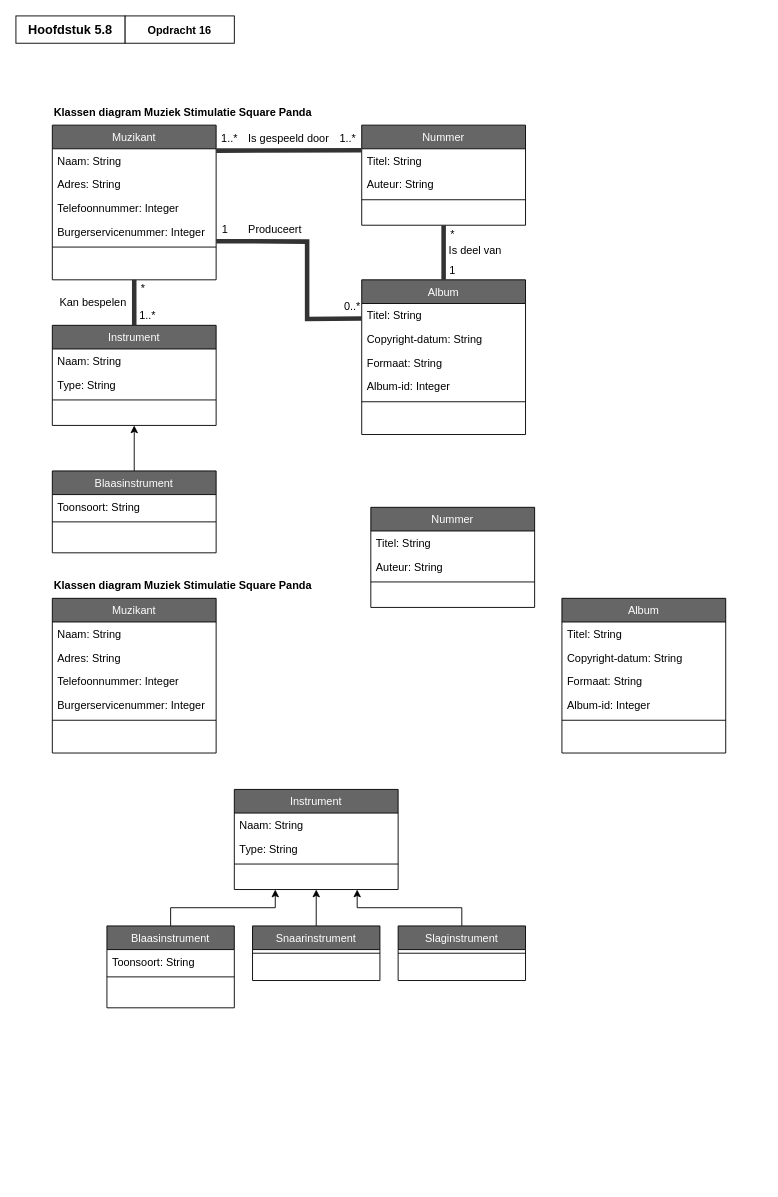
Before: page "Opdracht16" (2 of 2) of ClassDiagrams.drawio in EMB20/Procesanalyse, a draw.io diagram. Source tidied: cells renumbered, new cells numbered last; positions are measured from the earlier drawing's top-left corner, leaving out a move shared by most shapes. Both pictures are drawn from the tidied source at 91%, with x=0, y=0 at pixel (15, 15).
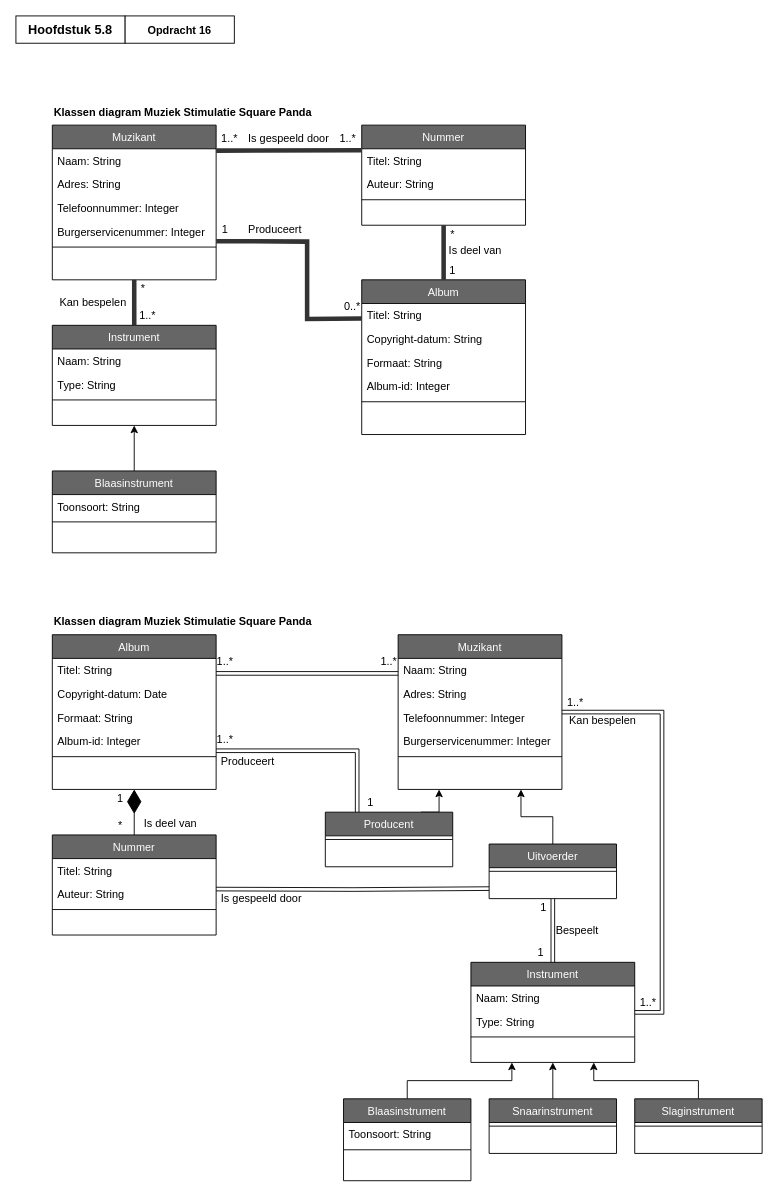
Above is the later version.

What changed in the source:
```diff
@@
+    <mxCell id="76" style="edgeStyle=orthogonalEdgeStyle;rounded=0;jettySize=auto;html=1;exitX=0;exitY=0.25;exitDx=0;exitDy=0;entryX=1;entryY=0.25;entryDx=0;entryDy=0;shape=link;" parent="1" edge="1" source="45" target="60">
+      <mxGeometry relative="1" as="geometry" />
+    </mxCell>
     <mxCell id="45" value="Muzikant" style="swimlane;fontStyle=0;align=center;verticalAlign=top;horizontal=1;startSize=26;rounded=0;shadow=0;strokeWidth=1;fillColor=#666666;fontColor=#FFFFFF;" parent="1" vertex="1">
-      <mxGeometry x="40" y="640" width="180" height="170" as="geometry" />
+      <mxGeometry x="420" y="680" width="180" height="170" as="geometry" />
     </mxCell>
@@
     <mxCell id="51" value="&lt;font style=&quot;font-size: 12px;&quot;&gt;Klassen diagram Muziek Stimulatie Square Panda&lt;/font&gt;" style="text;html=1;align=left;verticalAlign=middle;whiteSpace=wrap;rounded=0;fontStyle=1;fontSize=14;" parent="1" vertex="1">
-      <mxGeometry x="40" y="610" width="310" height="30" as="geometry" />
+      <mxGeometry x="40" y="650" width="310" height="30" as="geometry" />
     </mxCell>
+    <mxCell id="60" value="Album" style="swimlane;fontStyle=0;align=center;verticalAlign=top;horizontal=1;startSize=26;rounded=0;shadow=0;strokeWidth=1;fillColor=#666666;fontColor=#FFFFFF;" parent="1" vertex="1">
+      <mxGeometry x="40" y="680" width="180" height="170" as="geometry" />
+    </mxCell>
+    <mxCell id="61" value="Titel: String" style="text;align=left;verticalAlign=top;spacingLeft=4;spacingRight=4;overflow=hidden;" parent="60" vertex="1">
+      <mxGeometry y="26" width="180" height="26" as="geometry" />
+    </mxCell>
+    <mxCell id="62" value="Copyright-datum: Date" style="text;align=left;verticalAlign=top;spacingLeft=4;spacingRight=4;overflow=hidden;rounded=0;shadow=0;html=0;" parent="60" vertex="1">
+      <mxGeometry y="52" width="180" height="26" as="geometry" />
+    </mxCell>
+    <mxCell id="63" value="Formaat: String" style="text;align=left;verticalAlign=top;spacingLeft=4;spacingRight=4;overflow=hidden;rounded=0;shadow=0;html=0;" parent="60" vertex="1">
+      <mxGeometry y="78" width="180" height="26" as="geometry" />
+    </mxCell>
+    <mxCell id="64" value="Album-id: Integer" style="text;align=left;verticalAlign=top;spacingLeft=4;spacingRight=4;overflow=hidden;rounded=0;shadow=0;html=0;" parent="60" vertex="1">
+      <mxGeometry y="104" width="180" height="26" as="geometry" />
+    </mxCell>
+    <mxCell id="65" style="line;html=1;strokeWidth=1;align=left;verticalAlign=middle;spacingTop=-1;spacingLeft=3;spacingRight=3;labelPosition=right;" parent="60" vertex="1">
+      <mxGeometry y="130" width="180" height="8" as="geometry" />
+    </mxCell>
+    <mxCell id="77" style="edgeStyle=orthogonalEdgeStyle;rounded=0;orthogonalLoop=1;jettySize=auto;html=1;exitX=1;exitY=0.25;exitDx=0;exitDy=0;shape=link;" parent="1" edge="1">
+      <mxGeometry relative="1" as="geometry">
+        <mxPoint x="220" y="959.5" as="sourcePoint" />
+        <mxPoint x="520" y="959" as="targetPoint" />
+      </mxGeometry>
+    </mxCell>
+    <mxCell id="66" value="Nummer" style="swimlane;fontStyle=0;align=center;verticalAlign=top;horizontal=1;startSize=26;rounded=0;shadow=0;strokeWidth=1;fillColor=#666666;fontColor=#FFFFFF;" parent="1" vertex="1">
+      <mxGeometry x="40" y="900" width="180" height="110" as="geometry" />
+    </mxCell>
+    <mxCell id="67" value="Titel: String" style="text;align=left;verticalAlign=top;spacingLeft=4;spacingRight=4;overflow=hidden;" parent="66" vertex="1">
+      <mxGeometry y="26" width="180" height="26" as="geometry" />
+    </mxCell>
+    <mxCell id="68" value="Auteur: String" style="text;align=left;verticalAlign=top;spacingLeft=4;spacingRight=4;overflow=hidden;rounded=0;shadow=0;html=0;" parent="66" vertex="1">
+      <mxGeometry y="52" width="180" height="26" as="geometry" />
+    </mxCell>
+    <mxCell id="69" style="line;html=1;strokeWidth=1;align=left;verticalAlign=middle;spacingTop=-1;spacingLeft=3;spacingRight=3;labelPosition=right;" parent="66" vertex="1">
+      <mxGeometry y="78" width="180" height="8" as="geometry" />
+    </mxCell>
+    <mxCell id="78" style="edgeStyle=orthogonalEdgeStyle;rounded=0;jettySize=auto;html=1;exitX=0.5;exitY=0;exitDx=0;exitDy=0;entryX=0.75;entryY=1;entryDx=0;entryDy=0;" parent="1" edge="1" source="80" target="45">
+      <mxGeometry relative="1" as="geometry" />
+    </mxCell>
+    <mxCell id="79" style="edgeStyle=orthogonalEdgeStyle;rounded=0;jettySize=auto;html=1;exitX=0.5;exitY=1;exitDx=0;exitDy=0;entryX=0.5;entryY=0;entryDx=0;entryDy=0;shape=link;" parent="1" edge="1" source="80" target="52">
+      <mxGeometry relative="1" as="geometry" />
+    </mxCell>
+    <mxCell id="80" value="Uitvoerder" style="swimlane;fontStyle=0;align=center;verticalAlign=top;horizontal=1;startSize=26;rounded=0;shadow=0;strokeWidth=1;fillColor=#666666;fontColor=#FFFFFF;" parent="1" vertex="1">
+      <mxGeometry x="520" y="910" width="140" height="60" as="geometry" />
+    </mxCell>
+    <mxCell id="81" style="line;html=1;strokeWidth=1;align=left;verticalAlign=middle;spacingTop=-1;spacingLeft=3;spacingRight=3;labelPosition=right;" parent="80" vertex="1">
+      <mxGeometry y="26" width="140" height="8" as="geometry" />
+    </mxCell>
+    <mxCell id="82" style="group;" parent="1" vertex="1">
+      <mxGeometry x="360" y="1040" width="460" height="240" as="geometry" />
+    </mxCell>
-    <mxCell id="52" value="Instrument" style="swimlane;fontStyle=0;align=center;verticalAlign=top;horizontal=1;startSize=26;rounded=0;shadow=0;strokeWidth=1;fillColor=#666666;fontColor=#FFFFFF;" parent="1" vertex="1">
-      <mxGeometry x="240" y="850" width="180" height="110" as="geometry" />
+    <mxCell id="52" value="Instrument" style="swimlane;fontStyle=0;align=center;verticalAlign=top;horizontal=1;startSize=26;rounded=0;shadow=0;strokeWidth=1;fillColor=#666666;fontColor=#FFFFFF;" parent="82" vertex="1">
+      <mxGeometry x="140" width="180" height="110" as="geometry" />
     </mxCell>
@@
-    <mxCell id="56" style="edgeStyle=orthogonalEdgeStyle;rounded=0;jettySize=auto;html=1;exitX=0.5;exitY=0;exitDx=0;exitDy=0;entryX=0.25;entryY=1;entryDx=0;entryDy=0;" parent="1" edge="1" source="57" target="52">
+    <mxCell id="56" style="edgeStyle=orthogonalEdgeStyle;rounded=0;jettySize=auto;html=1;exitX=0.5;exitY=0;exitDx=0;exitDy=0;entryX=0.25;entryY=1;entryDx=0;entryDy=0;" parent="82" edge="1" source="57" target="52">
       <mxGeometry relative="1" as="geometry" />
     </mxCell>
-    <mxCell id="57" value="Blaasinstrument" style="swimlane;fontStyle=0;align=center;verticalAlign=top;horizontal=1;startSize=26;rounded=0;shadow=0;strokeWidth=1;fillColor=#666666;fontColor=#FFFFFF;" parent="1" vertex="1">
-      <mxGeometry x="100" y="1000" width="140" height="90" as="geometry" />
+    <mxCell id="57" value="Blaasinstrument" style="swimlane;fontStyle=0;align=center;verticalAlign=top;horizontal=1;startSize=26;rounded=0;shadow=0;strokeWidth=1;fillColor=#666666;fontColor=#FFFFFF;" parent="82" vertex="1">
+      <mxGeometry y="150" width="140" height="90" as="geometry" />
     </mxCell>
@@
-    <mxCell id="60" value="Album" style="swimlane;fontStyle=0;align=center;verticalAlign=top;horizontal=1;startSize=26;rounded=0;shadow=0;strokeWidth=1;fillColor=#666666;fontColor=#FFFFFF;" parent="1" vertex="1">
-      <mxGeometry x="600" y="640" width="180" height="170" as="geometry" />
-    </mxCell>
-    <mxCell id="61" value="Titel: String" style="text;align=left;verticalAlign=top;spacingLeft=4;spacingRight=4;overflow=hidden;" parent="60" vertex="1">
-      <mxGeometry y="26" width="180" height="26" as="geometry" />
-    </mxCell>
-    <mxCell id="62" value="Copyright-datum: String" style="text;align=left;verticalAlign=top;spacingLeft=4;spacingRight=4;overflow=hidden;rounded=0;shadow=0;html=0;" parent="60" vertex="1">
-      <mxGeometry y="52" width="180" height="26" as="geometry" />
-    </mxCell>
-    <mxCell id="63" value="Formaat: String" style="text;align=left;verticalAlign=top;spacingLeft=4;spacingRight=4;overflow=hidden;rounded=0;shadow=0;html=0;" parent="60" vertex="1">
-      <mxGeometry y="78" width="180" height="26" as="geometry" />
-    </mxCell>
-    <mxCell id="64" value="Album-id: Integer" style="text;align=left;verticalAlign=top;spacingLeft=4;spacingRight=4;overflow=hidden;rounded=0;shadow=0;html=0;" parent="60" vertex="1">
-      <mxGeometry y="104" width="180" height="26" as="geometry" />
-    </mxCell>
-    <mxCell id="65" style="line;html=1;strokeWidth=1;align=left;verticalAlign=middle;spacingTop=-1;spacingLeft=3;spacingRight=3;labelPosition=right;" parent="60" vertex="1">
-      <mxGeometry y="130" width="180" height="8" as="geometry" />
-    </mxCell>
-    <mxCell id="66" value="Nummer" style="swimlane;fontStyle=0;align=center;verticalAlign=top;horizontal=1;startSize=26;rounded=0;shadow=0;strokeWidth=1;fillColor=#666666;fontColor=#FFFFFF;" parent="1" vertex="1">
-      <mxGeometry x="390" y="540" width="180" height="110" as="geometry" />
-    </mxCell>
-    <mxCell id="67" value="Titel: String" style="text;align=left;verticalAlign=top;spacingLeft=4;spacingRight=4;overflow=hidden;" parent="66" vertex="1">
-      <mxGeometry y="26" width="180" height="26" as="geometry" />
-    </mxCell>
-    <mxCell id="68" value="Auteur: String" style="text;align=left;verticalAlign=top;spacingLeft=4;spacingRight=4;overflow=hidden;rounded=0;shadow=0;html=0;" parent="66" vertex="1">
-      <mxGeometry y="52" width="180" height="26" as="geometry" />
-    </mxCell>
-    <mxCell id="69" style="line;html=1;strokeWidth=1;align=left;verticalAlign=middle;spacingTop=-1;spacingLeft=3;spacingRight=3;labelPosition=right;" parent="66" vertex="1">
-      <mxGeometry y="78" width="180" height="8" as="geometry" />
-    </mxCell>
-    <mxCell id="70" style="edgeStyle=orthogonalEdgeStyle;rounded=0;jettySize=auto;html=1;exitX=0.5;exitY=0;exitDx=0;exitDy=0;entryX=0.5;entryY=1;entryDx=0;entryDy=0;" parent="1" edge="1" source="71" target="52">
+    <mxCell id="70" style="edgeStyle=orthogonalEdgeStyle;rounded=0;jettySize=auto;html=1;exitX=0.5;exitY=0;exitDx=0;exitDy=0;entryX=0.5;entryY=1;entryDx=0;entryDy=0;" parent="82" edge="1" source="71" target="52">
       <mxGeometry relative="1" as="geometry" />
     </mxCell>
-    <mxCell id="71" value="Snaarinstrument" style="swimlane;fontStyle=0;align=center;verticalAlign=top;horizontal=1;startSize=26;rounded=0;shadow=0;strokeWidth=1;fillColor=#666666;fontColor=#FFFFFF;" parent="1" vertex="1">
-      <mxGeometry x="260" y="1000" width="140" height="60" as="geometry" />
+    <mxCell id="71" value="Snaarinstrument" style="swimlane;fontStyle=0;align=center;verticalAlign=top;horizontal=1;startSize=26;rounded=0;shadow=0;strokeWidth=1;fillColor=#666666;fontColor=#FFFFFF;" parent="82" vertex="1">
+      <mxGeometry x="160" y="150" width="140" height="60" as="geometry" />
     </mxCell>
@@
-    <mxCell id="73" style="edgeStyle=orthogonalEdgeStyle;rounded=0;jettySize=auto;html=1;exitX=0.5;exitY=0;exitDx=0;exitDy=0;entryX=0.75;entryY=1;entryDx=0;entryDy=0;" parent="1" edge="1" source="74" target="52">
+    <mxCell id="73" style="edgeStyle=orthogonalEdgeStyle;rounded=0;jettySize=auto;html=1;exitX=0.5;exitY=0;exitDx=0;exitDy=0;entryX=0.75;entryY=1;entryDx=0;entryDy=0;" parent="82" edge="1" source="74" target="52">
       <mxGeometry relative="1" as="geometry" />
     </mxCell>
-    <mxCell id="74" value="Slaginstrument" style="swimlane;fontStyle=0;align=center;verticalAlign=top;horizontal=1;startSize=26;rounded=0;shadow=0;strokeWidth=1;fillColor=#666666;fontColor=#FFFFFF;" parent="1" vertex="1">
-      <mxGeometry x="420" y="1000" width="140" height="60" as="geometry" />
+    <mxCell id="74" value="Slaginstrument" style="swimlane;fontStyle=0;align=center;verticalAlign=top;horizontal=1;startSize=26;rounded=0;shadow=0;strokeWidth=1;fillColor=#666666;fontColor=#FFFFFF;" parent="82" vertex="1">
+      <mxGeometry x="320" y="150" width="140" height="60" as="geometry" />
     </mxCell>
@@
+    <mxCell id="83" value="1..*" style="text;html=1;align=center;verticalAlign=middle;whiteSpace=wrap;rounded=0;" parent="82" vertex="1">
+      <mxGeometry x="320" y="40" width="30" height="10" as="geometry" />
+    </mxCell>
+    <mxCell id="84" value="Kan bespelen" style="text;html=1;align=center;verticalAlign=middle;whiteSpace=wrap;rounded=0;" parent="1" vertex="1">
+      <mxGeometry x="600" y="770" width="90" height="10" as="geometry" />
+    </mxCell>
+    <mxCell id="85" value="Bespeelt" style="text;html=1;align=center;verticalAlign=middle;whiteSpace=wrap;rounded=0;" parent="1" vertex="1">
+      <mxGeometry x="587" y="990" width="60" height="30" as="geometry" />
+    </mxCell>
+    <mxCell id="86" value="1..*" style="text;html=1;align=center;verticalAlign=middle;whiteSpace=wrap;rounded=0;" parent="1" vertex="1">
+      <mxGeometry x="600" y="750" width="30" height="10" as="geometry" />
+    </mxCell>
+    <mxCell id="87" value="1" style="text;html=1;align=center;verticalAlign=middle;whiteSpace=wrap;rounded=0;" parent="1" vertex="1">
+      <mxGeometry x="567" y="1020" width="20" height="20" as="geometry" />
+    </mxCell>
+    <mxCell id="88" value="1" style="text;html=1;align=center;verticalAlign=middle;whiteSpace=wrap;rounded=0;" parent="1" vertex="1">
+      <mxGeometry x="570" y="970" width="20" height="20" as="geometry" />
+    </mxCell>
+    <mxCell id="89" style="edgeStyle=orthogonalEdgeStyle;rounded=0;jettySize=auto;html=1;exitX=0.75;exitY=0;exitDx=0;exitDy=0;entryX=0.25;entryY=1;entryDx=0;entryDy=0;" parent="1" edge="1" source="91" target="45">
+      <mxGeometry relative="1" as="geometry" />
+    </mxCell>
+    <mxCell id="90" style="edgeStyle=orthogonalEdgeStyle;rounded=0;jettySize=auto;html=1;exitX=0.25;exitY=0;exitDx=0;exitDy=0;entryX=1;entryY=0.75;entryDx=0;entryDy=0;shape=link;" parent="1" edge="1" source="91" target="60">
+      <mxGeometry relative="1" as="geometry" />
+    </mxCell>
+    <mxCell id="91" value="Producent" style="swimlane;fontStyle=0;align=center;verticalAlign=top;horizontal=1;startSize=26;rounded=0;shadow=0;strokeWidth=1;fillColor=#666666;fontColor=#FFFFFF;" parent="1" vertex="1">
+      <mxGeometry x="340" y="875" width="140" height="60" as="geometry" />
+    </mxCell>
+    <mxCell id="92" style="line;html=1;strokeWidth=1;align=left;verticalAlign=middle;spacingTop=-1;spacingLeft=3;spacingRight=3;labelPosition=right;" parent="91" vertex="1">
+      <mxGeometry y="26" width="140" height="8" as="geometry" />
+    </mxCell>
+    <mxCell id="93" style="endArrow=diamondThin;endFill=1;endSize=24;html=1;rounded=0;entryX=0.5;entryY=1;entryDx=0;entryDy=0;exitX=0.5;exitY=0;exitDx=0;exitDy=0;" parent="1" edge="1" source="66" target="60">
+      <mxGeometry relative="1" as="geometry" />
+    </mxCell>
+    <mxCell id="94" value="Is deel van" style="text;html=1;align=center;verticalAlign=middle;whiteSpace=wrap;rounded=0;" parent="1" vertex="1">
+      <mxGeometry x="135" y="875" width="70" height="25" as="geometry" />
+    </mxCell>
+    <mxCell id="95" value="Produceert" style="text;html=1;align=center;verticalAlign=middle;whiteSpace=wrap;rounded=0;" parent="1" vertex="1">
+      <mxGeometry x="220" y="810" width="70" height="20" as="geometry" />
+    </mxCell>
+    <mxCell id="96" value="Is gespeeld door" style="text;html=1;align=center;verticalAlign=middle;whiteSpace=wrap;rounded=0;" parent="1" vertex="1">
+      <mxGeometry x="220" y="959" width="100" height="21" as="geometry" />
+    </mxCell>
+    <mxCell id="97" value="1" style="text;html=1;align=center;verticalAlign=middle;whiteSpace=wrap;rounded=0;" parent="1" vertex="1">
+      <mxGeometry x="380" y="855" width="20" height="20" as="geometry" />
+    </mxCell>
+    <mxCell id="98" value="1..*" style="text;html=1;align=center;verticalAlign=middle;whiteSpace=wrap;rounded=0;" parent="1" vertex="1">
+      <mxGeometry x="220" y="780" width="20" height="30" as="geometry" />
+    </mxCell>
+    <mxCell id="99" value="1..*" style="text;html=1;align=center;verticalAlign=middle;whiteSpace=wrap;rounded=0;" parent="1" vertex="1">
+      <mxGeometry x="220" y="700" width="20" height="20" as="geometry" />
+    </mxCell>
+    <mxCell id="100" value="1..*" style="text;html=1;align=center;verticalAlign=middle;whiteSpace=wrap;rounded=0;" parent="1" vertex="1">
+      <mxGeometry x="400" y="700" width="20" height="20" as="geometry" />
+    </mxCell>
+    <mxCell id="101" value="1" style="text;html=1;align=center;verticalAlign=middle;whiteSpace=wrap;rounded=0;" parent="1" vertex="1">
+      <mxGeometry x="100" y="850" width="30" height="20" as="geometry" />
+    </mxCell>
+    <mxCell id="102" value="*" style="text;html=1;align=center;verticalAlign=middle;whiteSpace=wrap;rounded=0;" parent="1" vertex="1">
+      <mxGeometry x="100" y="880" width="30" height="20" as="geometry" />
+    </mxCell>
+    <mxCell id="103" style="edgeStyle=orthogonalEdgeStyle;rounded=0;jettySize=auto;html=1;exitX=1;exitY=0.5;exitDx=0;exitDy=0;entryX=1;entryY=0.5;entryDx=0;entryDy=0;shape=link;" parent="1" edge="1" source="52" target="45">
+      <mxGeometry relative="1" as="geometry">
+        <Array as="points">
+          <mxPoint x="710" y="1095" />
+          <mxPoint x="710" y="765" />
+        </Array>
+      </mxGeometry>
+    </mxCell>
```
